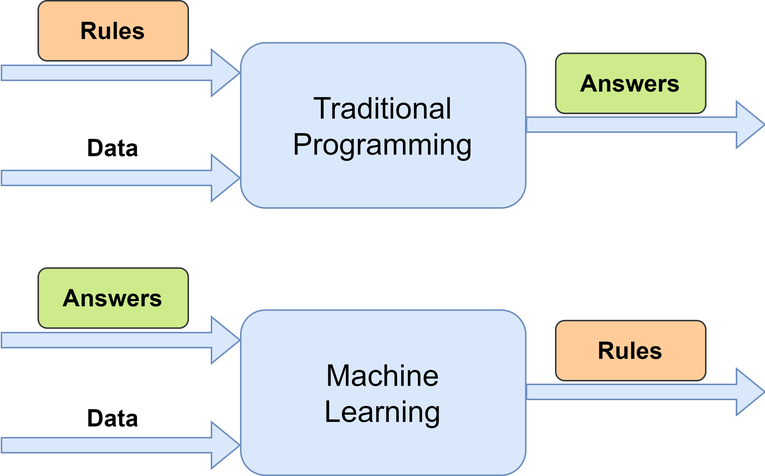
Above: images/ml-traditional.png in bbirke/ml-python (draw.io), before the change. Source tidied: cells renumbered, new cells last; positions are measured from the earlier drawing's top-left corner, leaving out a move shared by most shapes.
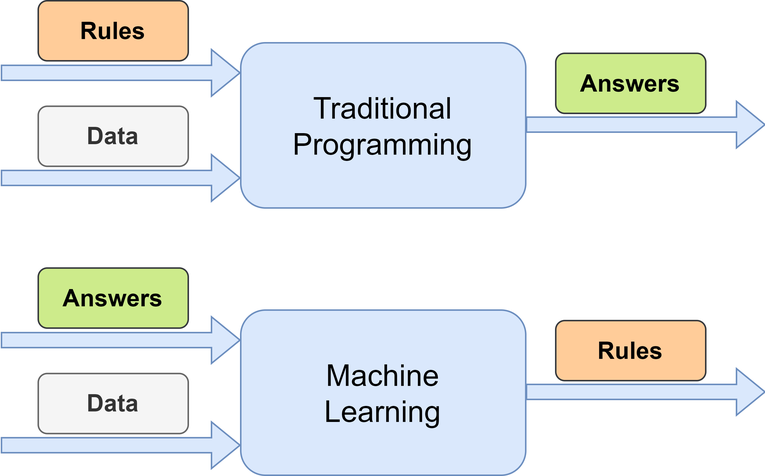
Above is the later version.

What changed in the source:
```diff
@@ -26,9 +26,6 @@
     <mxCell id="6" value="&lt;font style=&quot;font-size: 16px;&quot;&gt;&lt;b&gt;Rules&lt;/b&gt;&lt;/font&gt;" style="text;html=1;strokeColor=#36393d;fillColor=#ffcc99;align=center;verticalAlign=middle;whiteSpace=wrap;rounded=1;" parent="1" vertex="1">
       <mxGeometry x="25" width="100" height="40" as="geometry" />
     </mxCell>
-    <mxCell id="7" value="&lt;font style=&quot;font-size: 16px;&quot;&gt;&lt;b&gt;Data&lt;/b&gt;&lt;/font&gt;" style="text;html=1;strokeColor=none;fillColor=none;align=center;verticalAlign=middle;whiteSpace=wrap;rounded=1;" parent="1" vertex="1">
-      <mxGeometry x="25" y="78" width="100" height="40" as="geometry" />
-    </mxCell>
     <mxCell id="8" value="&lt;font style=&quot;font-size: 16px;&quot;&gt;&lt;b&gt;Answers&lt;/b&gt;&lt;/font&gt;" style="text;html=1;strokeColor=#36393d;fillColor=#cdeb8b;align=center;verticalAlign=middle;whiteSpace=wrap;rounded=1;" parent="1" vertex="1">
       <mxGeometry x="370" y="35" width="100" height="40" as="geometry" />
     </mxCell>
@@ -59,14 +56,17 @@
     <mxCell id="14" value="&lt;span style=&quot;font-size: 16px;&quot;&gt;&lt;b&gt;Answers&lt;/b&gt;&lt;/span&gt;" style="text;html=1;strokeColor=#36393d;fillColor=#cdeb8b;align=center;verticalAlign=middle;whiteSpace=wrap;rounded=1;" parent="1" vertex="1">
       <mxGeometry x="25" y="178" width="100" height="40" as="geometry" />
     </mxCell>
-    <mxCell id="15" value="&lt;font style=&quot;font-size: 16px;&quot;&gt;&lt;b&gt;Data&lt;/b&gt;&lt;/font&gt;" style="text;html=1;strokeColor=none;fillColor=none;align=center;verticalAlign=middle;whiteSpace=wrap;rounded=1;" parent="1" vertex="1">
-      <mxGeometry x="25" y="258" width="100" height="40" as="geometry" />
-    </mxCell>
     <mxCell id="16" value="&lt;font style=&quot;font-size: 16px;&quot;&gt;&lt;b&gt;Rules&lt;/b&gt;&lt;/font&gt;" style="text;html=1;strokeColor=#36393d;fillColor=#ffcc99;align=center;verticalAlign=middle;whiteSpace=wrap;rounded=1;" parent="1" vertex="1">
       <mxGeometry x="370" y="213" width="100" height="40" as="geometry" />
     </mxCell>
     <mxCell id="17" value="&lt;font style=&quot;font-size: 20px;&quot;&gt;Machine Learning&lt;/font&gt;" style="text;html=1;align=center;verticalAlign=middle;whiteSpace=wrap;rounded=1;fontSize=16;glass=0;fillColor=none;strokeColor=none;" parent="1" vertex="1">
       <mxGeometry x="190" y="234.8" width="130" height="52.5" as="geometry" />
     </mxCell>
+    <mxCell id="18" value="&lt;font style=&quot;font-size: 16px;&quot;&gt;&lt;b&gt;Data&lt;/b&gt;&lt;/font&gt;" style="text;html=1;align=center;verticalAlign=middle;whiteSpace=wrap;rounded=1;fillColor=#f5f5f5;fontColor=#333333;strokeColor=#666666;" parent="1" vertex="1">
+      <mxGeometry x="25" y="70.2" width="100" height="40" as="geometry" />
+    </mxCell>
+    <mxCell id="19" value="&lt;font style=&quot;font-size: 16px;&quot;&gt;&lt;b&gt;Data&lt;/b&gt;&lt;/font&gt;" style="text;html=1;align=center;verticalAlign=middle;whiteSpace=wrap;rounded=1;fillColor=#f5f5f5;fontColor=#333333;strokeColor=#666666;" parent="1" vertex="1">
+      <mxGeometry x="25" y="248.2" width="100" height="40" as="geometry" />
+    </mxCell>
   </root>
 </mxGraphModel>
```
